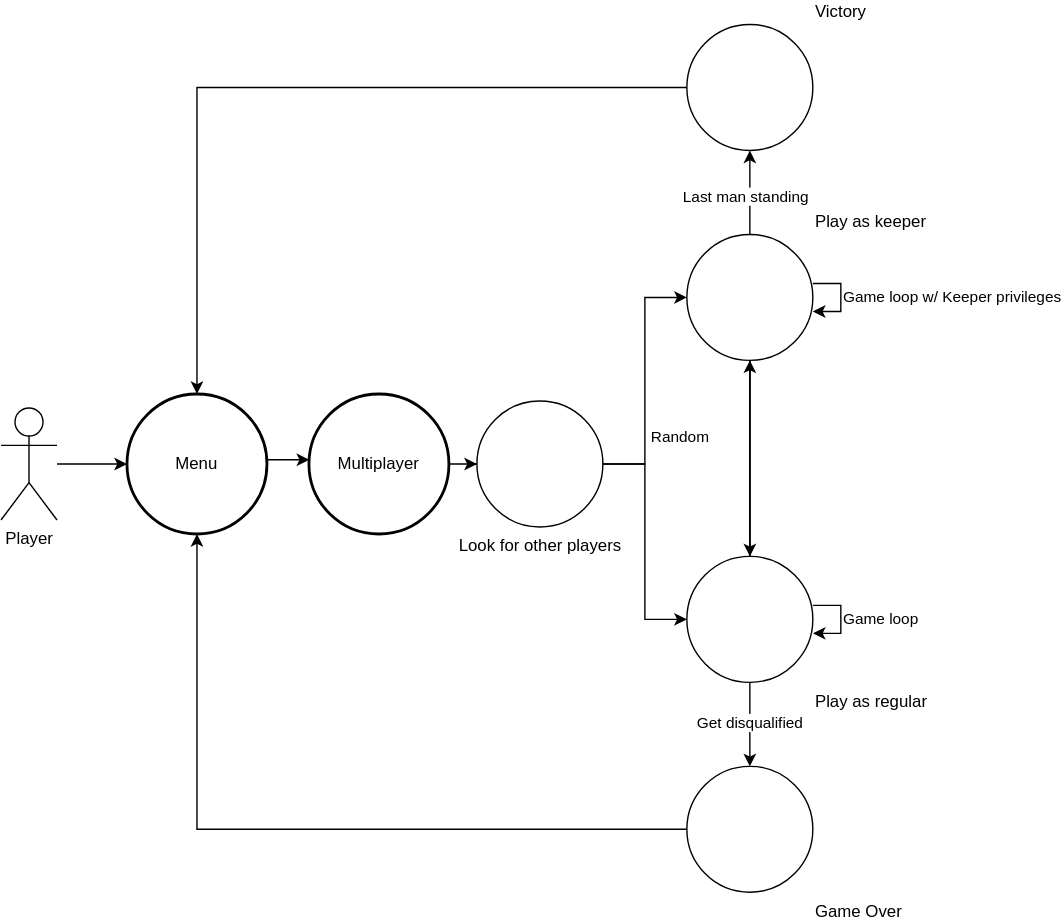
Earlier version of the draw.io export TheProspector/Assets/Schematics/Use_case.svg (SakuNurmiranta/TheProspector). Source tidied: cells renumbered, new cells last; positions are measured from the earlier drawing's top-left corner, leaving out a move shared by most shapes.
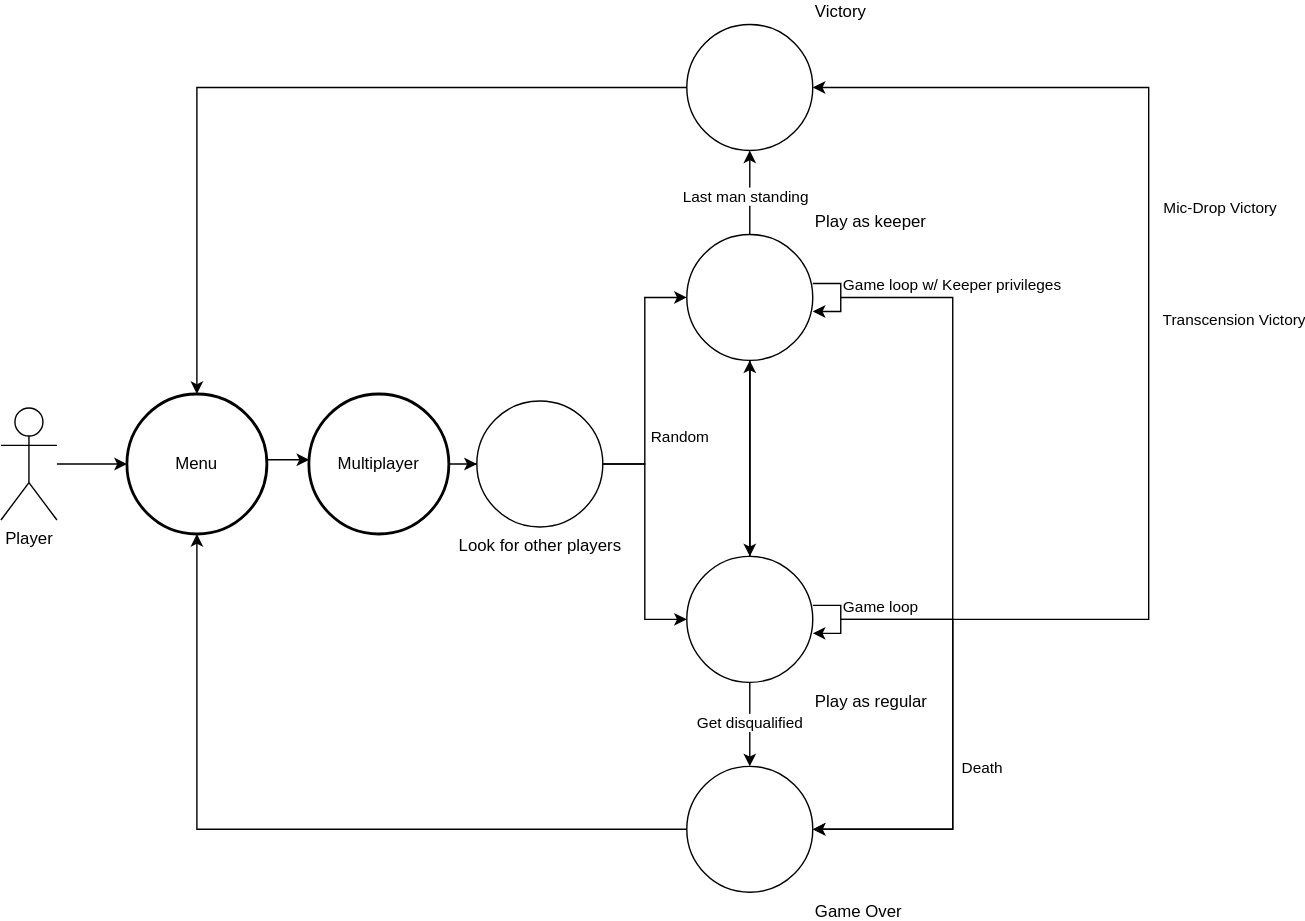
After the change.

Diff of the diagram source:
```diff
@@ -25,6 +25,34 @@
     <mxCell id="8" value="Play as keeper" style="verticalLabelPosition=top;verticalAlign=bottom;html=1;shape=mxgraph.flowchart.on-page_reference;labelPosition=right;align=left;" parent="1" vertex="1">
       <mxGeometry x="490" y="150" width="90" height="90" as="geometry" />
     </mxCell>
+    <mxCell id="27" style="edgeStyle=orthogonalEdgeStyle;rounded=0;jettySize=auto;html=1;" parent="1" edge="1" target="13">
+      <mxGeometry relative="1" as="geometry">
+        <mxPoint x="600" y="425" as="sourcePoint" />
+        <Array as="points">
+          <mxPoint x="680" y="425" />
+          <mxPoint x="680" y="575" />
+        </Array>
+      </mxGeometry>
+    </mxCell>
+    <mxCell id="28" style="edgeStyle=orthogonalEdgeStyle;rounded=0;jettySize=auto;html=1;" parent="1" edge="1" target="14">
+      <mxGeometry relative="1" as="geometry">
+        <mxPoint x="600" y="425" as="sourcePoint" />
+        <Array as="points">
+          <mxPoint x="820" y="425" />
+          <mxPoint x="820" y="45" />
+        </Array>
+      </mxGeometry>
+    </mxCell>
+    <mxCell id="29" value="Mic-Drop Victory" style="edgeLabel;html=1;align=center;verticalAlign=middle;" parent="28" vertex="1">
+      <mxGeometry x="0.13" y="-3" relative="1" as="geometry">
+        <mxPoint x="47" y="-41" as="offset" />
+      </mxGeometry>
+    </mxCell>
+    <mxCell id="30" value="Transcension Victory" style="edgeLabel;html=1;align=center;verticalAlign=middle;" parent="28" vertex="1">
+      <mxGeometry x="0.03" relative="1" as="geometry">
+        <mxPoint x="60" y="-4" as="offset" />
+      </mxGeometry>
+    </mxCell>
     <mxCell id="9" value="Play as regular&lt;br&gt;" style="verticalLabelPosition=bottom;verticalAlign=top;html=1;shape=mxgraph.flowchart.on-page_reference;labelPosition=right;align=left;" parent="1" vertex="1">
       <mxGeometry x="490" y="380" width="90" height="90" as="geometry" />
     </mxCell>
@@ -39,6 +67,20 @@
         <mxPoint x="24" y="-76" as="offset" />
       </mxGeometry>
     </mxCell>
+    <mxCell id="31" style="edgeStyle=orthogonalEdgeStyle;rounded=0;jettySize=auto;html=1;" parent="1" edge="1" target="13">
+      <mxGeometry relative="1" as="geometry">
+        <mxPoint x="600" y="195" as="sourcePoint" />
+        <Array as="points">
+          <mxPoint x="680" y="195" />
+          <mxPoint x="680" y="575" />
+        </Array>
+      </mxGeometry>
+    </mxCell>
+    <mxCell id="32" value="Death" style="edgeLabel;html=1;align=center;verticalAlign=middle;" parent="31" vertex="1">
+      <mxGeometry x="-0.44" y="3" relative="1" as="geometry">
+        <mxPoint x="17" y="258" as="offset" />
+      </mxGeometry>
+    </mxCell>
     <mxCell id="13" value="Game Over" style="verticalLabelPosition=bottom;verticalAlign=top;html=1;shape=mxgraph.flowchart.on-page_reference;labelPosition=right;align=left;" parent="1" vertex="1">
       <mxGeometry x="490" y="530" width="90" height="90" as="geometry" />
     </mxCell>
@@ -66,10 +108,10 @@
     <mxCell id="21" style="edgeStyle=orthogonalEdgeStyle;rounded=0;jettySize=auto;html=1;entryX=0.5;entryY=1;entryDx=0;entryDy=0;entryPerimeter=0;" parent="1" edge="1" source="9" target="8">
       <mxGeometry relative="1" as="geometry" />
     </mxCell>
-    <mxCell id="22" value="Game loop" style="edgeStyle=orthogonalEdgeStyle;rounded=0;orthogonalLoop=1;jettySize=auto;html=1;elbow=vertical;labelPosition=right;verticalLabelPosition=middle;align=left;verticalAlign=middle;" parent="1" edge="1" source="9" target="9">
+    <mxCell id="22" value="Game loop" style="edgeStyle=orthogonalEdgeStyle;rounded=0;orthogonalLoop=1;jettySize=auto;html=1;elbow=vertical;labelPosition=right;verticalLabelPosition=top;align=left;verticalAlign=bottom;" parent="1" edge="1" source="9" target="9">
       <mxGeometry relative="1" as="geometry" />
     </mxCell>
-    <mxCell id="23" value="Game loop w/ Keeper privileges" style="edgeStyle=orthogonalEdgeStyle;rounded=0;orthogonalLoop=1;jettySize=auto;html=1;elbow=vertical;labelPosition=right;verticalLabelPosition=middle;align=left;verticalAlign=middle;" parent="1" edge="1" source="8" target="8">
+    <mxCell id="23" value="Game loop w/ Keeper privileges" style="edgeStyle=orthogonalEdgeStyle;rounded=0;orthogonalLoop=1;jettySize=auto;html=1;elbow=vertical;labelPosition=right;verticalLabelPosition=top;align=left;verticalAlign=bottom;" parent="1" edge="1" source="8" target="8">
       <mxGeometry relative="1" as="geometry">
         <Array as="points">
           <mxPoint x="600" y="195" />
```
